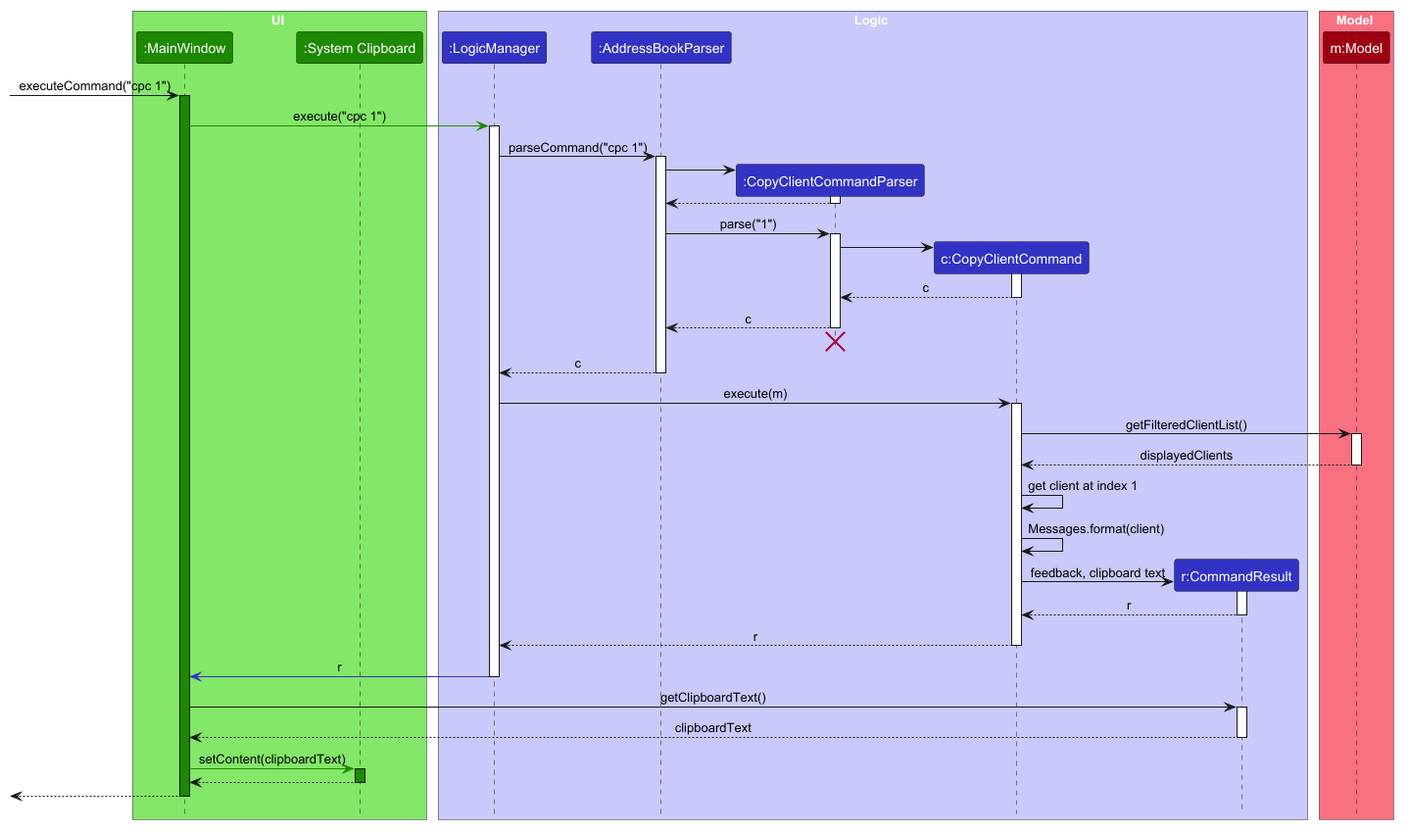
AY2627S1-CS2103T-F10-4/tp keeps this PlantUML diagram as docs/images/CopyClientSequenceDiagram.png. Above is the earlier version.
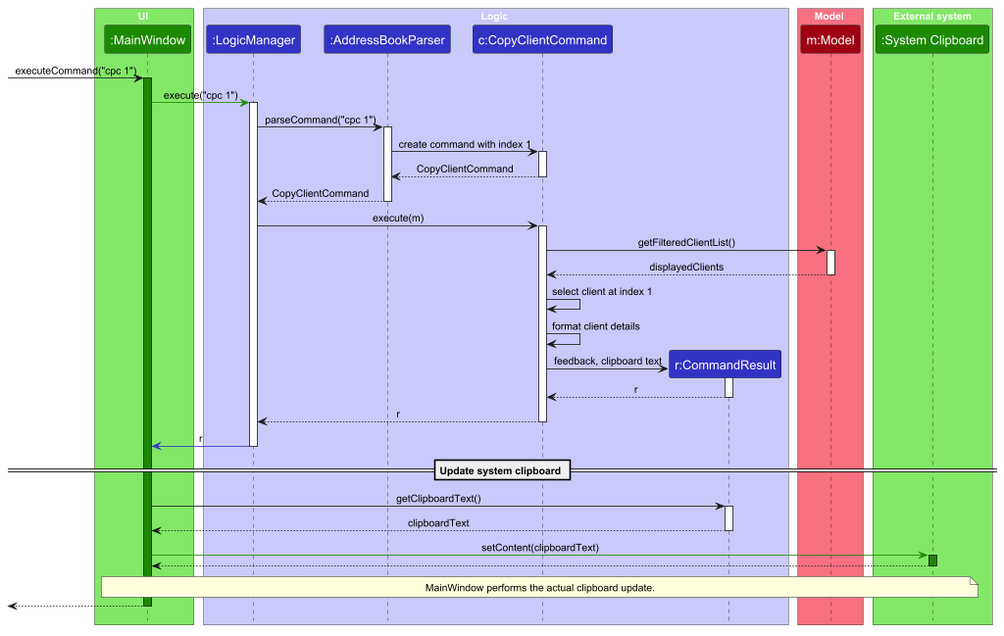
Later version of the same file.

Commit message:
Update UML clipboard diagram

Change to the diagram source:
```diff
@@ -1,22 +1,25 @@
 @startuml
 !include style.puml
 skinparam ArrowFontStyle plain
+skinparam SequenceParticipantFontSize 16
 
 box UI UI_COLOR_T1
 participant ":MainWindow" as MainWindow UI_COLOR
-participant ":System Clipboard" as Clipboard UI_COLOR
 end box
 
 box Logic LOGIC_COLOR_T1
 participant ":LogicManager" as LogicManager LOGIC_COLOR
 participant ":AddressBookParser" as AddressBookParser LOGIC_COLOR
-participant ":CopyClientCommandParser" as CopyClientCommandParser LOGIC_COLOR
 participant "c:CopyClientCommand" as CopyClientCommand LOGIC_COLOR
 participant "r:CommandResult" as CommandResult LOGIC_COLOR
 end box
 
 box Model MODEL_COLOR_T1
 participant "m:Model" as Model MODEL_COLOR
+end box
+
+box "External system" UI_COLOR_T1
+participant ":System Clipboard" as Clipboard UI_COLOR
 end box
 
 [-> MainWindow : executeCommand("cpc 1")
@@ -28,29 +31,13 @@
 LogicManager -> AddressBookParser : parseCommand("cpc 1")
 activate AddressBookParser
 
-create CopyClientCommandParser
-AddressBookParser -> CopyClientCommandParser
-activate CopyClientCommandParser
-
-CopyClientCommandParser --> AddressBookParser
-deactivate CopyClientCommandParser
-
-AddressBookParser -> CopyClientCommandParser : parse("1")
-activate CopyClientCommandParser
-
-create CopyClientCommand
-CopyClientCommandParser -> CopyClientCommand
+AddressBookParser -> CopyClientCommand : create command with index 1
 activate CopyClientCommand
 
-CopyClientCommand --> CopyClientCommandParser : c
+CopyClientCommand --> AddressBookParser : CopyClientCommand
 deactivate CopyClientCommand
 
-CopyClientCommandParser --> AddressBookParser : c
-deactivate CopyClientCommandParser
-CopyClientCommandParser -[hidden]-> AddressBookParser
-destroy CopyClientCommandParser
-
-AddressBookParser --> LogicManager : c
+AddressBookParser --> LogicManager : CopyClientCommand
 deactivate AddressBookParser
 
 LogicManager -> CopyClientCommand : execute(m)
@@ -62,8 +49,8 @@
 Model --> CopyClientCommand : displayedClients
 deactivate Model
 
-CopyClientCommand -> CopyClientCommand : get client at index 1
-CopyClientCommand -> CopyClientCommand : Messages.format(client)
+CopyClientCommand -> CopyClientCommand : select client at index 1
+CopyClientCommand -> CopyClientCommand : format client details
 
 create CommandResult
 CopyClientCommand -> CommandResult : feedback, clipboard text
@@ -78,18 +65,24 @@
 LogicManager -[LOGIC_COLOR]> MainWindow : r
 deactivate LogicManager
 
+== Update system clipboard ==
+
 MainWindow -> CommandResult : getClipboardText()
 activate CommandResult
 
 CommandResult --> MainWindow : clipboardText
 deactivate CommandResult
 
-MainWindow -[UI_COLOR]> Clipboard : setContent(clipboardText)
+MainWindow -[bold,UI_COLOR]> Clipboard : setContent(clipboardText)
 activate Clipboard UI_COLOR
 
 Clipboard --> MainWindow
 deactivate Clipboard
 
+note over MainWindow, Clipboard
+MainWindow performs the actual clipboard update.
+end note
+
 [<--MainWindow
 deactivate MainWindow
 @enduml
```
